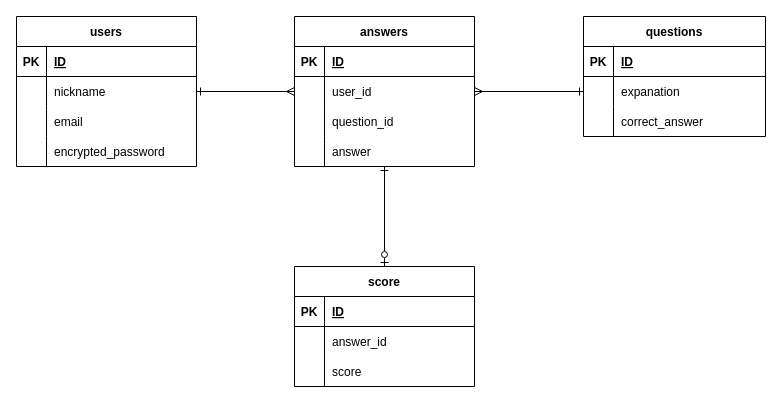
Above: db.dio in tjmax76/tenpai_juku (draw.io), before the change. Source tidied: cells renumbered, new cells numbered last; positions are measured from the earlier drawing's top-left corner, leaving out a move shared by most shapes. Both pictures are drawn from the tidied source at 100%, with x=0, y=0 at pixel (16, 16).
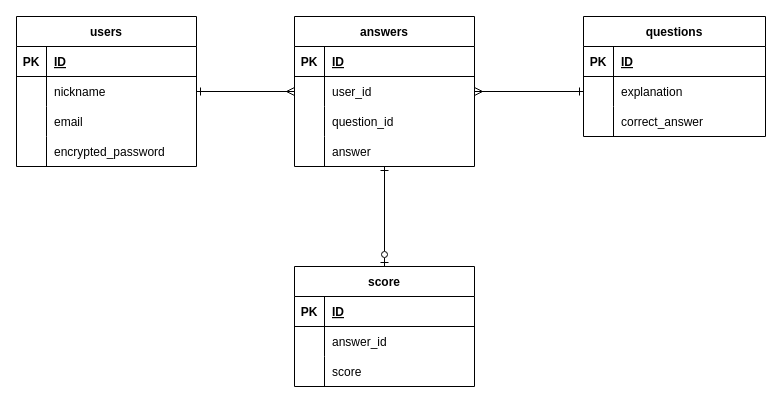
After the change.

Commit message:
カラム名の誤字を修正

Unchanged cells that the change refers to:
```xml
<mxCell id="20" style="shape=tableRow;horizontal=0;startSize=0;swimlaneHead=0;swimlaneBody=0;fillColor=none;points=[[0,0.5],[1,0.5]];portConstraint=eastwest;top=0;left=0;right=0;bottom=0;" parent="16" vertex="1">
  <mxGeometry y="60" width="182" height="30" as="geometry" />
</mxCell>
```

What changed in the source:
```diff
@@
-    <mxCell id="22" value="expanation" style="shape=partialRectangle;fillColor=none;top=0;left=0;bottom=0;right=0;align=left;spacingLeft=6;overflow=hidden;" parent="20" vertex="1">
+    <mxCell id="22" value="explanation" style="shape=partialRectangle;fillColor=none;top=0;left=0;bottom=0;right=0;align=left;spacingLeft=6;overflow=hidden;" parent="20" vertex="1">
       <mxGeometry x="30" width="152" height="30" as="geometry" />
     </mxCell>
```
